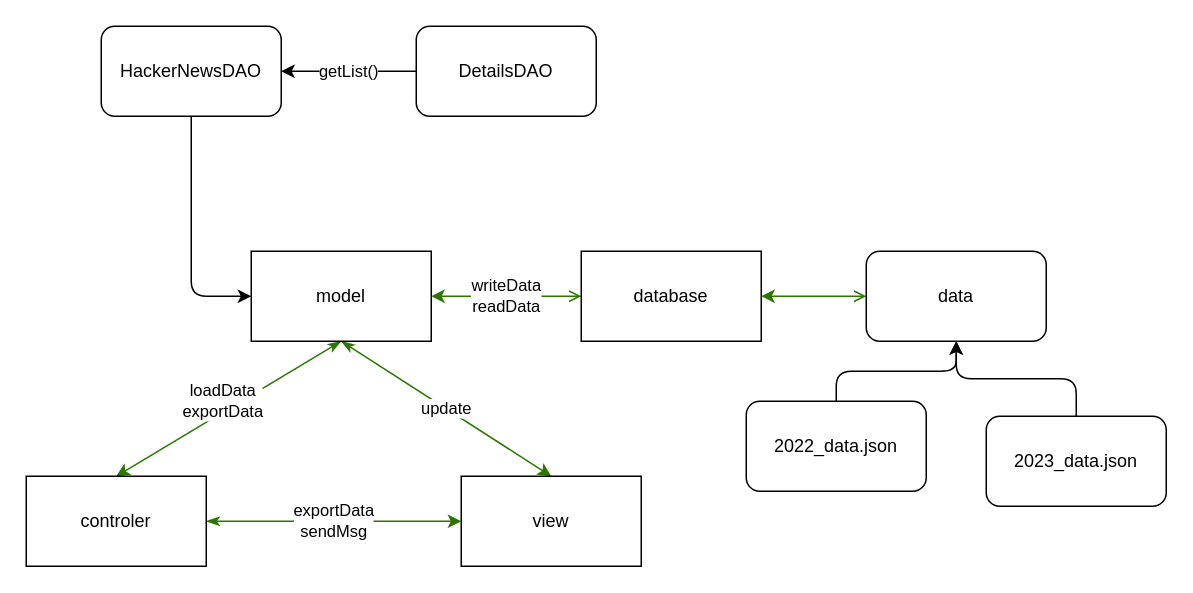
The draw.io diagram docs/model/overview.drawio in tower-town/Koala-Hacker-News, before the edit. Source tidied: cells renumbered, new cells numbered last; positions are measured from the earlier drawing's top-left corner, leaving out a move shared by most shapes. Both pictures are drawn from the tidied source at 150%, with x=0, y=0 at pixel (26, 26).
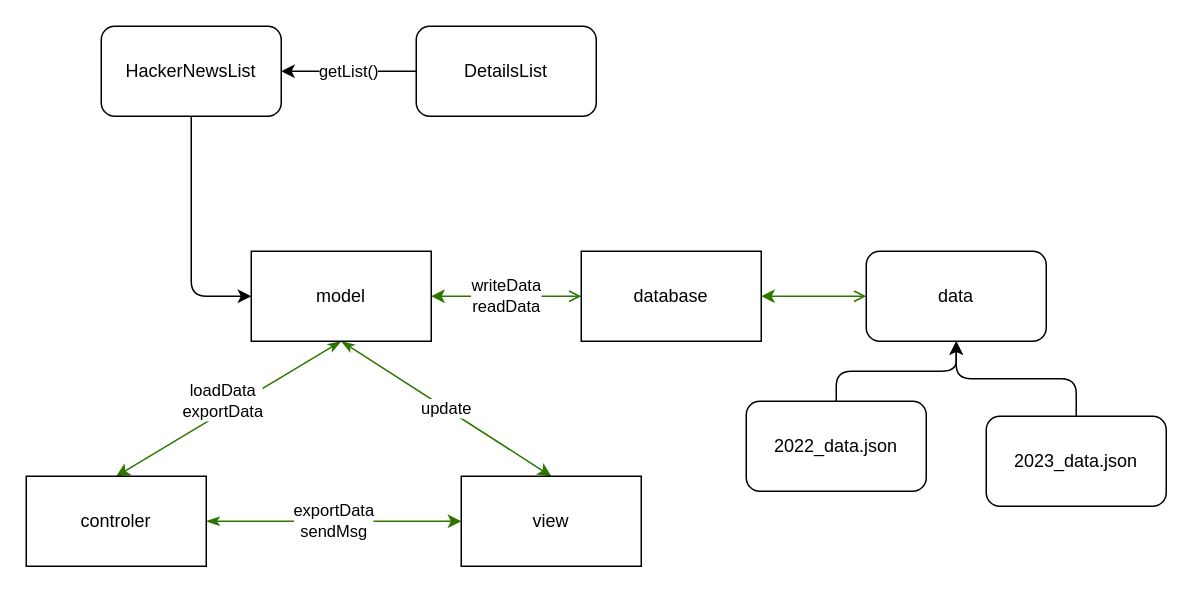
After the change.

Change to the diagram source:
```diff
@@
-    <mxCell id="7" value="HackerNewsDAO" style="rounded=1;whiteSpace=wrap;html=1;" parent="1" vertex="1">
+    <mxCell id="7" value="HackerNewsList" style="rounded=1;whiteSpace=wrap;html=1;" parent="1" vertex="1">
       <mxGeometry x="50" width="120" height="60" as="geometry" />
     </mxCell>
@@
-    <mxCell id="9" value="DetailsDAO" style="rounded=1;whiteSpace=wrap;html=1;" parent="1" vertex="1">
+    <mxCell id="9" value="DetailsList" style="rounded=1;whiteSpace=wrap;html=1;" parent="1" vertex="1">
       <mxGeometry x="260" width="120" height="60" as="geometry" />
     </mxCell>
```
